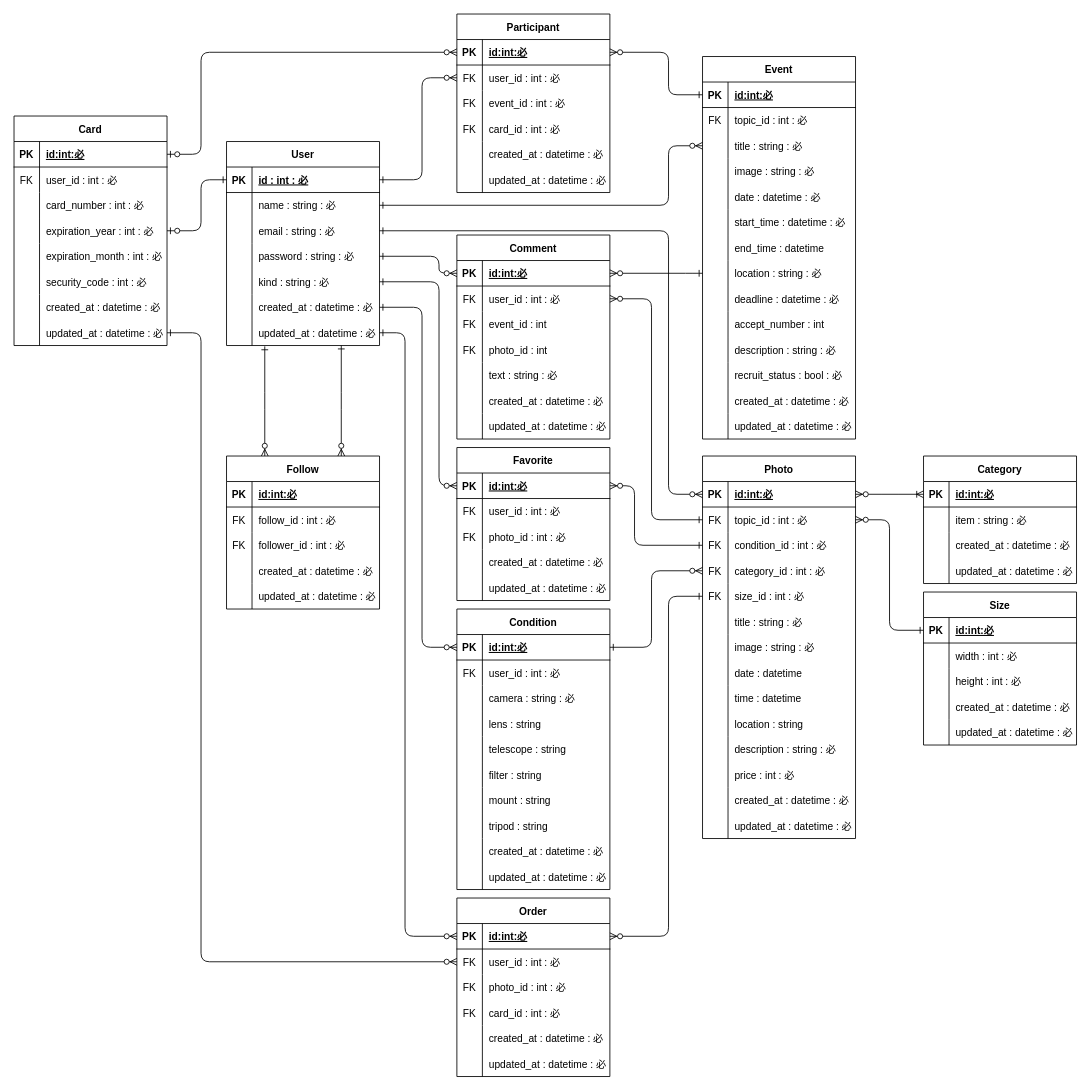
Before: outline/ERchart.drawio in UtaSuzuki/astrogram, a draw.io diagram. Source tidied: cells renumbered, new cells numbered last; positions are measured from the earlier drawing's top-left corner, leaving out a move shared by most shapes. Both pictures are drawn from the tidied source at 85%, with x=0, y=0 at pixel (14, 14).
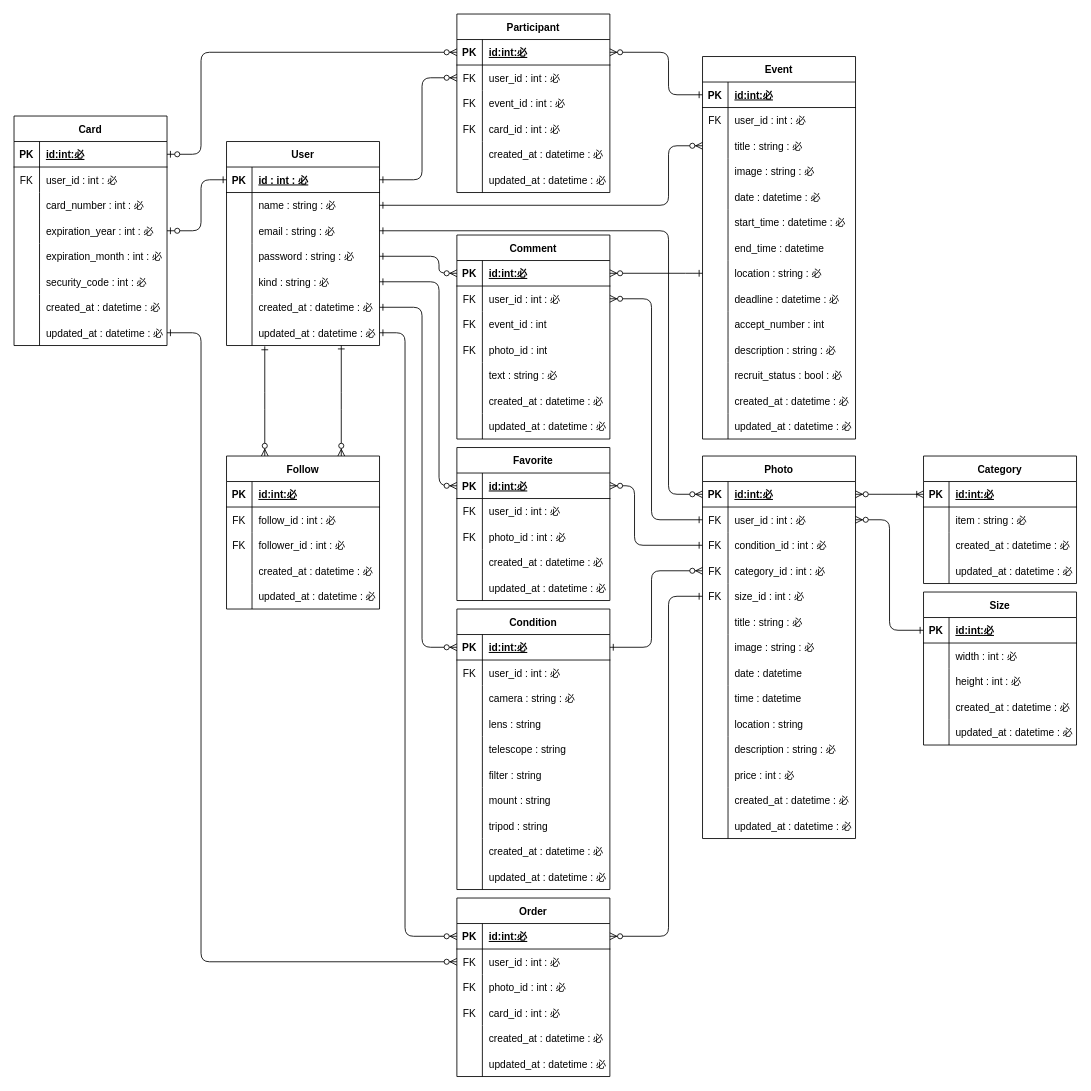
The same page after the edit.

Unchanged cells that the change refers to:
```xml
<mxCell id="59" style="shape=partialRectangle;fillColor=none;top=0;left=0;bottom=0;right=0;" parent="55" vertex="1">
  <mxGeometry y="60" width="180" height="30" as="geometry" />
</mxCell>
<mxCell id="146" style="shape=partialRectangle;fillColor=none;top=0;left=0;bottom=0;right=0;points=[[0,0.5],[1,0.5]];portConstraint=eastwest;" parent="142" vertex="1">
  <mxGeometry y="60" width="180" height="30" as="geometry" />
</mxCell>
```

The edit, as a diff of the source:
```diff
@@
-    <mxCell id="61" value="topic_id : int : 必" style="shape=partialRectangle;fillColor=none;top=0;left=0;bottom=0;right=0;align=left;spacingLeft=6;overflow=hidden;" parent="59" vertex="1">
+    <mxCell id="61" value="user_id : int : 必" style="shape=partialRectangle;fillColor=none;top=0;left=0;bottom=0;right=0;align=left;spacingLeft=6;overflow=hidden;" parent="59" vertex="1">
       <mxGeometry x="30" width="150" height="30" as="geometry" />
     </mxCell>
@@
-    <mxCell id="148" value="topic_id : int : 必" style="shape=partialRectangle;fillColor=none;top=0;left=0;bottom=0;right=0;align=left;spacingLeft=6;overflow=hidden;" parent="146" vertex="1">
+    <mxCell id="148" value="user_id : int : 必" style="shape=partialRectangle;fillColor=none;top=0;left=0;bottom=0;right=0;align=left;spacingLeft=6;overflow=hidden;" parent="146" vertex="1">
       <mxGeometry x="30" width="150" height="30" as="geometry" />
     </mxCell>
```
